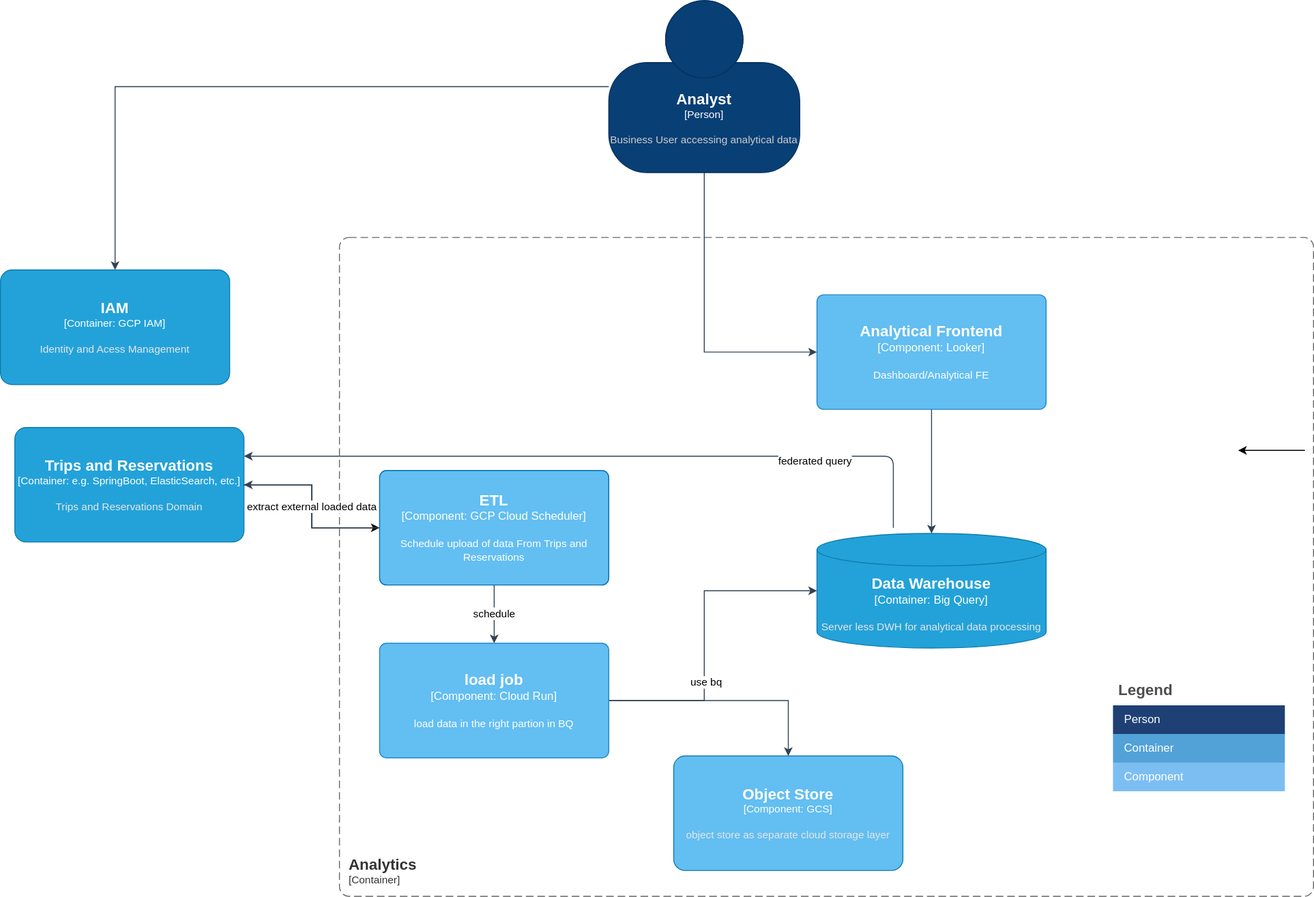
The draw.io diagram diagrams/Analytics-logical.drawio.svg in wschaef/architecture-kata-2023, before a commit. Source tidied: cells renumbered, new cells last; positions are measured from the earlier drawing's top-left corner, leaving out a move shared by most shapes.
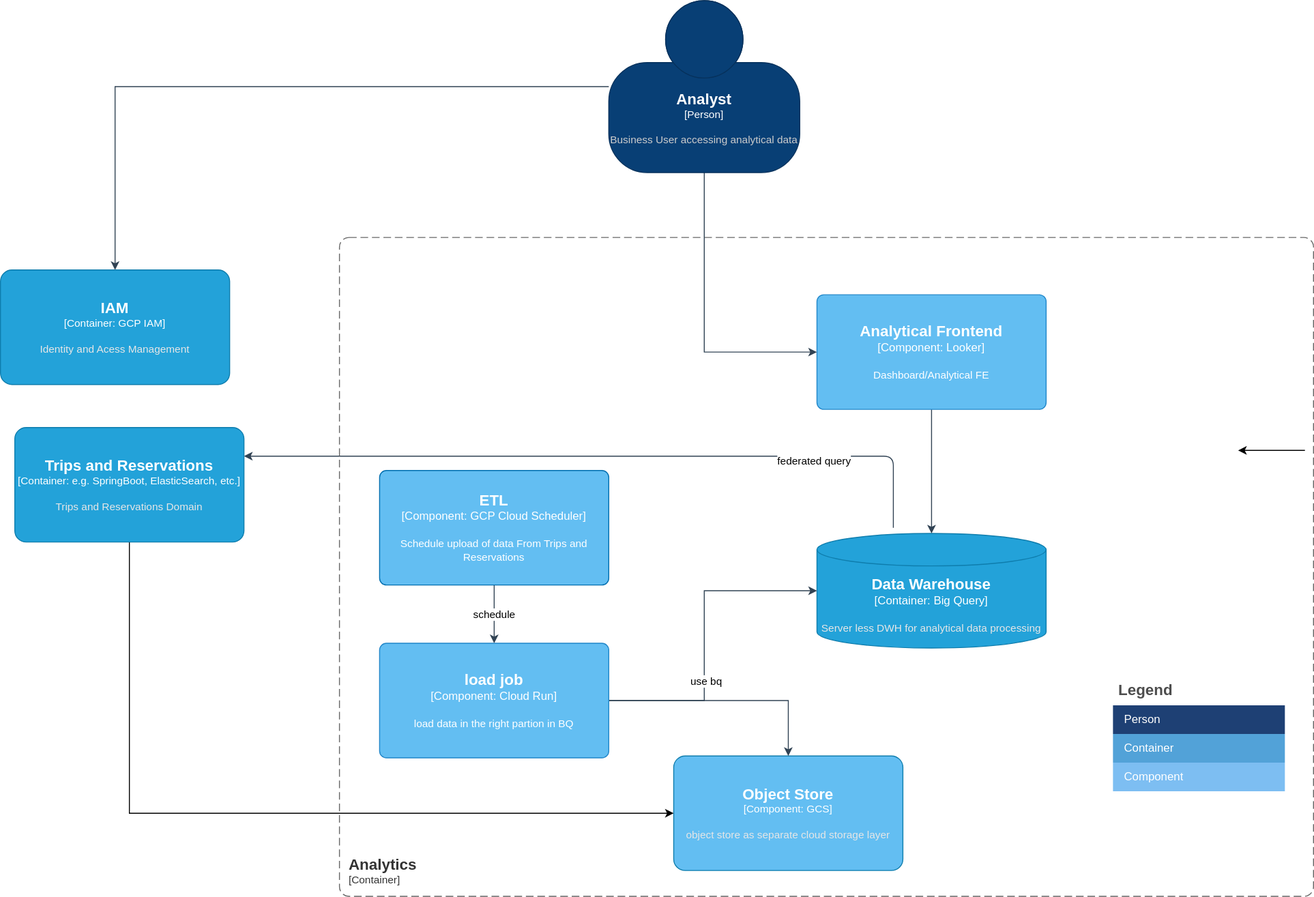
Later version of the same file.

Commit message:
Layer 3 for analytical domain done

Diff of the diagram source:
```diff
@@ -79,17 +79,14 @@
         <mxGeometry y="282" width="240" height="120" as="geometry" />
       </mxCell>
     </object>
+    <mxCell id="30" style="edgeStyle=orthogonalEdgeStyle;rounded=0;jettySize=auto;html=1;entryX=0;entryY=0.5;entryDx=0;entryDy=0;entryPerimeter=0;exitX=0.5;exitY=1;exitDx=0;exitDy=0;exitPerimeter=0;" parent="1" edge="1" source="21" target="8">
+      <mxGeometry relative="1" as="geometry" />
+    </mxCell>
     <object id="21" label="&lt;font style=&quot;font-size: 16px&quot;&gt;&lt;b&gt;%c4Name%&lt;/b&gt;&lt;/font&gt;&lt;div&gt;[%c4Type%: %c4Technology%]&lt;/div&gt;&lt;br&gt;&lt;div&gt;&lt;font style=&quot;font-size: 11px&quot;&gt;&lt;font color=&quot;#E6E6E6&quot;&gt;%c4Description%&lt;/font&gt;&lt;/div&gt;" c4Description="Trips and Reservations Domain" c4Name="Trips and Reservations" c4Technology="e.g. SpringBoot, ElasticSearch, etc." c4Type="Container" placeholders="1">
       <mxCell style="rounded=1;whiteSpace=wrap;html=1;fontSize=11;labelBackgroundColor=none;fillColor=#23A2D9;fontColor=#ffffff;align=center;arcSize=10;strokeColor=#0E7DAD;points=[[0.25,0,0],[0.5,0,0],[0.75,0,0],[1,0.25,0],[1,0.5,0],[1,0.75,0],[0.75,1,0],[0.5,1,0],[0.25,1,0],[0,0.75,0],[0,0.5,0],[0,0.25,0]];" parent="1" vertex="1">
         <mxGeometry x="15" y="447" width="240" height="120" as="geometry" />
       </mxCell>
     </object>
-    <mxCell id="22" style="edgeStyle=orthogonalEdgeStyle;rounded=0;jettySize=auto;html=1;entryX=0;entryY=0.5;entryDx=0;entryDy=0;entryPerimeter=0;" parent="1" edge="1" source="21" target="27">
-      <mxGeometry relative="1" as="geometry" />
-    </mxCell>
-    <mxCell id="23" value="extract external loaded data" style="edgeStyle=orthogonalEdgeStyle;rounded=0;jettySize=auto;html=1;entryX=1;entryY=0.5;entryDx=0;entryDy=0;entryPerimeter=0;strokeColor=#314354;fillColor=#647687;" parent="1" edge="1" source="27" target="21">
-      <mxGeometry relative="1" as="geometry" />
-    </mxCell>
     <mxCell id="24" style="edgeStyle=orthogonalEdgeStyle;rounded=0;jettySize=auto;html=1;entryX=0;entryY=0.5;entryDx=0;entryDy=0;entryPerimeter=0;fillColor=#647687;strokeColor=#314354;exitX=1;exitY=0.5;exitDx=0;exitDy=0;exitPerimeter=0;" parent="1" edge="1" source="29" target="4">
       <mxGeometry relative="1" as="geometry">
         <Array as="points">
```
